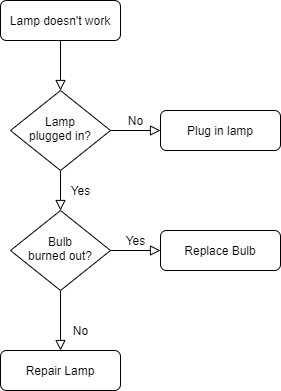
Above: 未命名绘图.png in wjq1018/20200720DataStructureAndAlgorithms (draw.io), before the change. Source tidied: cells renumbered, new cells last; positions are measured from the earlier drawing's top-left corner, leaving out a move shared by most shapes.
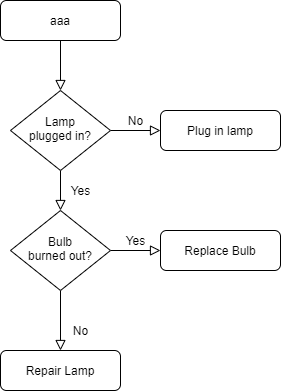
Above is the later version.

Change to the diagram source:
```diff
@@ -5,7 +5,7 @@
     <mxCell id="2" style="rounded=0;html=1;jettySize=auto;fontSize=11;endArrow=block;endFill=0;endSize=8;strokeWidth=1;shadow=0;labelBackgroundColor=none;edgeStyle=orthogonalEdgeStyle;" parent="1" edge="1" source="3" target="6">
       <mxGeometry relative="1" as="geometry" />
     </mxCell>
-    <mxCell id="3" value="Lamp doesn't work" style="rounded=1;whiteSpace=wrap;html=1;fontSize=12;glass=0;strokeWidth=1;shadow=0;" parent="1" vertex="1">
+    <mxCell id="3" value="aaa" style="rounded=1;whiteSpace=wrap;html=1;fontSize=12;glass=0;strokeWidth=1;shadow=0;" parent="1" vertex="1">
       <mxGeometry width="120" height="40" as="geometry" />
     </mxCell>
     <mxCell id="4" value="Yes" style="rounded=0;html=1;jettySize=auto;fontSize=11;endArrow=block;endFill=0;endSize=8;strokeWidth=1;shadow=0;labelBackgroundColor=none;edgeStyle=orthogonalEdgeStyle;" parent="1" edge="1" source="6" target="10">
```
